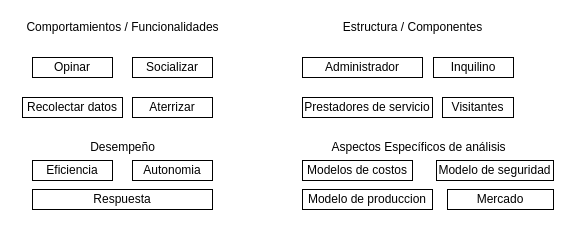
kevinKASP/.............. keeps this draw.io diagram as Untitled Diagram.drawio. Above is the earlier version. Source tidied: cells renumbered, new cells numbered last; positions are measured from the earlier drawing's top-left corner, leaving out a move shared by most shapes. Both pictures are drawn from the tidied source at 100%, with x=0, y=0 at pixel (17, 17).
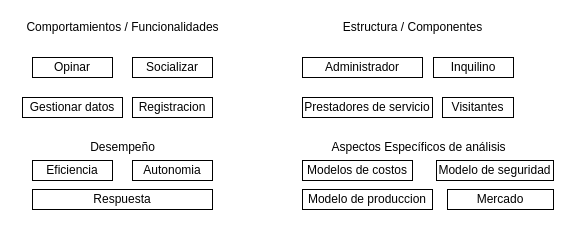
Above is the later version.

Change to the diagram source:
```diff
@@
-    <mxCell id="5" value="Recolectar datos" style="rounded=0;whiteSpace=wrap;html=1;" parent="1" vertex="1">
+    <mxCell id="5" value="Gestionar datos" style="rounded=0;whiteSpace=wrap;html=1;" parent="1" vertex="1">
       <mxGeometry x="5" y="80" width="100" height="20" as="geometry" />
     </mxCell>
-    <mxCell id="6" value="Aterrizar" style="rounded=0;whiteSpace=wrap;html=1;" parent="1" vertex="1">
+    <mxCell id="6" value="Registracion" style="rounded=0;whiteSpace=wrap;html=1;" parent="1" vertex="1">
       <mxGeometry x="115" y="80" width="80" height="20" as="geometry" />
     </mxCell>
```
